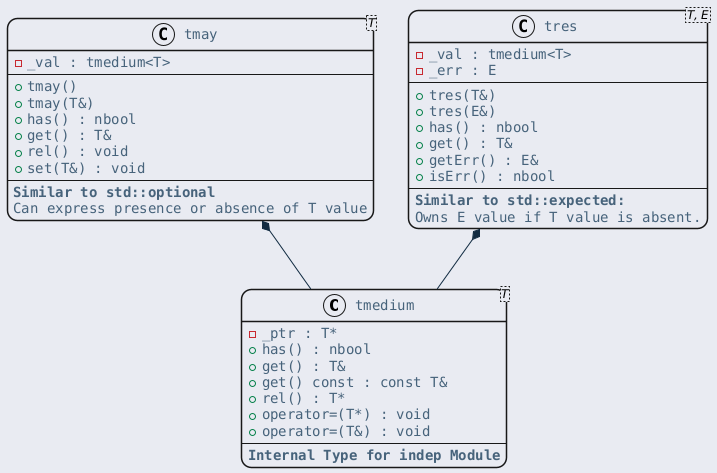
byeolang/website keeps this PlantUML diagram as ref/generated/ko/inline_umlgraph_3.png. Above is the earlier version.
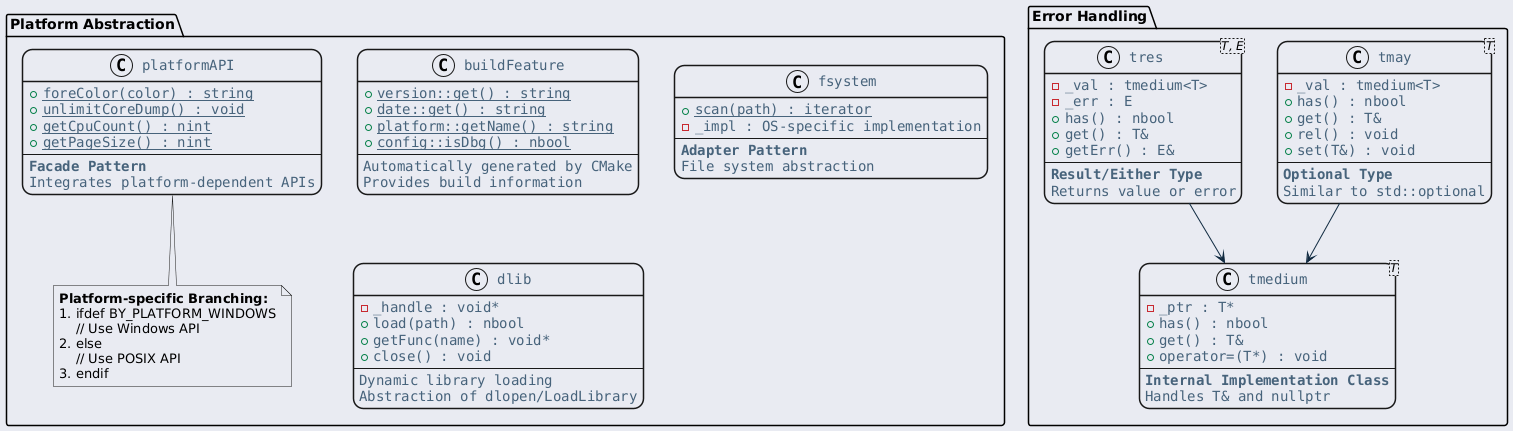
Later version of the same file.

Change to the diagram source:
```diff
@@ -23,47 +23,89 @@
     }
 }
 </style>
-class "tmedium<T>" as tmedium {
-    - _ptr : T*
-    + has() : nbool
-    + get() : T&
-    + get() const : const T&
-    + rel() : T*
-    + operator=(T*) : void
-    + operator=(T&) : void
-    --
-    <b>Internal Type for indep Module</b>
-}
-
-class "tmay<T>" as tmay {
+package "Error Handling" {
+  class "tmay<T>" as tmay {
     - _val : tmedium<T>
-    --
-    + tmay()
-    + tmay(T&)
     + has() : nbool
     + get() : T&
     + rel() : void
     + set(T&) : void
     --
-    <b>Similar to std::optional</b>
-    Can express presence or absence of T value
-}
+    <b>Optional Type</b>
+    Similar to std::optional
+  }
 
-class "tres<T, E>" as tres {
+  class "tres<T, E>" as tres {
     - _val : tmedium<T>
     - _err : E
-    --
-    + tres(T&)
-    + tres(E&)
     + has() : nbool
     + get() : T&
     + getErr() : E&
-    + isErr() : nbool
     --
-    <b>Similar to std::expected:</b>
-    Owns E value if T value is absent.
+    <b>Result/Either Type</b>
+    Returns value or error
+  }
+
+  class "tmedium<T>" as tmedium {
+    - _ptr : T*
+    + has() : nbool
+    + get() : T&
+    + operator=(T*) : void
+    --
+    <b>Internal Implementation Class</b>
+    Handles T& and nullptr
+  }
 }
 
-tmay *-- tmedium
-tres *-- tmedium
+package "Platform Abstraction" {
+  class platformAPI {
+    + {static} foreColor(color) : string
+    + {static} unlimitCoreDump() : void
+    + {static} getCpuCount() : nint
+    + {static} getPageSize() : nint
+    --
+    <b>Facade Pattern</b>
+    Integrates platform-dependent APIs
+  }
+
+  class buildFeature {
+    + {static} version::get() : string
+    + {static} date::get() : string
+    + {static} platform::getName() : string
+    + {static} config::isDbg() : nbool
+    --
+    Automatically generated by CMake
+    Provides build information
+  }
+
+  class fsystem {
+    + {static} scan(path) : iterator
+    - _impl : OS-specific implementation
+    --
+    <b>Adapter Pattern</b>
+    File system abstraction
+  }
+
+  class dlib {
+    - _handle : void*
+    + load(path) : nbool
+    + getFunc(name) : void*
+    + close() : void
+    --
+    Dynamic library loading
+    Abstraction of dlopen/LoadLibrary
+  }
+
+  note bottom of platformAPI
+    <b>Platform-specific Branching:</b>
+    #ifdef BY_PLATFORM_WINDOWS
+        // Use Windows API
+    #else
+        // Use POSIX API
+    #endif
+  end note
+}
+
+tmay --> tmedium
+tres --> tmedium
 @enduml
```
